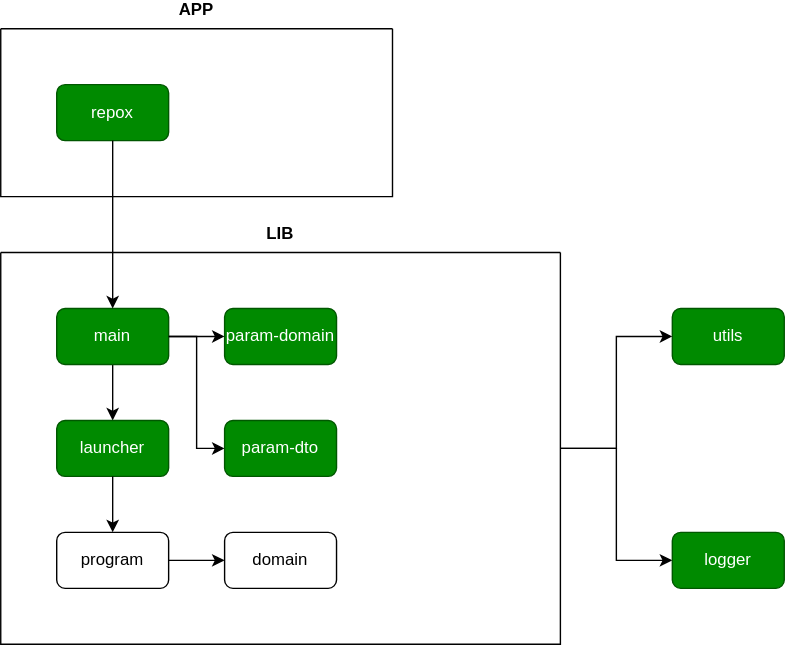
Before: docs/dependency.svg, a diagram exported from draw.io (jaqba98/repox). Source tidied: cells renumbered, new cells last; positions are measured from the earlier drawing's top-left corner, leaving out a move shared by most shapes.
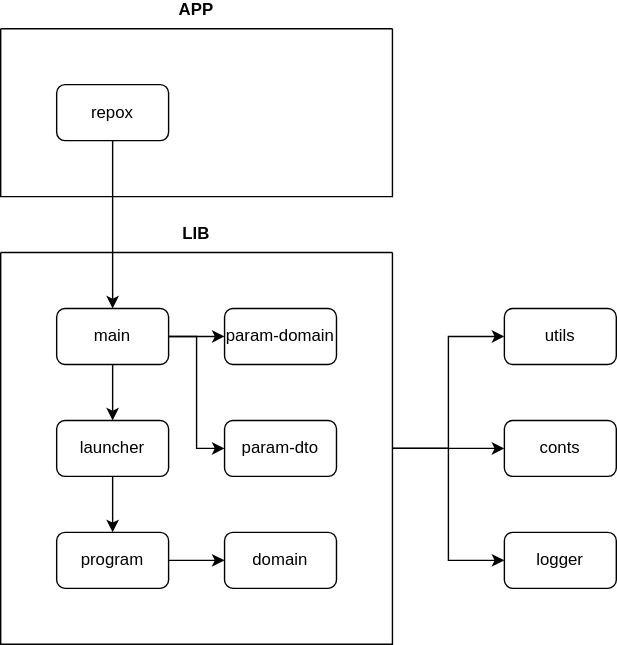
Above is the later version.

Change to the diagram source:
```diff
@@ -2,8 +2,8 @@
   <root>
     <mxCell id="0" />
     <mxCell id="1" parent="0" />
-    <mxCell id="2" value="utils" style="rounded=1;whiteSpace=wrap;html=1;fillColor=#008a00;fontColor=#ffffff;strokeColor=#005700;" parent="1" vertex="1">
-      <mxGeometry x="480" y="200" width="80" height="40" as="geometry" />
+    <mxCell id="2" value="utils" style="rounded=1;whiteSpace=wrap;html=1;" parent="1" vertex="1">
+      <mxGeometry x="360" y="200" width="80" height="40" as="geometry" />
     </mxCell>
     <mxCell id="3" style="edgeStyle=orthogonalEdgeStyle;rounded=0;jettySize=auto;html=1;entryX=0;entryY=0.5;entryDx=0;entryDy=0;" parent="1" edge="1" source="5" target="2">
       <mxGeometry relative="1" as="geometry" />
@@ -11,8 +11,11 @@
     <mxCell id="4" style="edgeStyle=orthogonalEdgeStyle;rounded=0;jettySize=auto;html=1;entryX=0;entryY=0.5;entryDx=0;entryDy=0;" parent="1" edge="1" source="5" target="17">
       <mxGeometry relative="1" as="geometry" />
     </mxCell>
+    <mxCell id="21" style="edgeStyle=orthogonalEdgeStyle;rounded=0;jettySize=auto;html=1;entryX=0;entryY=0.5;entryDx=0;entryDy=0;" parent="1" edge="1" source="5" target="22">
+      <mxGeometry relative="1" as="geometry" />
+    </mxCell>
     <mxCell id="5" value="LIB&#10;&#10;" style="swimlane;startSize=0;" parent="1" vertex="1">
-      <mxGeometry y="160" width="400" height="280" as="geometry" />
+      <mxGeometry y="160" width="280" height="280" as="geometry" />
     </mxCell>
     <mxCell id="6" style="edgeStyle=orthogonalEdgeStyle;rounded=0;jettySize=auto;html=1;" parent="5" edge="1" source="8" target="11">
       <mxGeometry relative="1" as="geometry" />
@@ -20,16 +23,16 @@
     <mxCell id="7" style="edgeStyle=orthogonalEdgeStyle;rounded=0;jettySize=auto;html=1;entryX=0;entryY=0.5;entryDx=0;entryDy=0;" parent="5" edge="1" source="8" target="16">
       <mxGeometry relative="1" as="geometry" />
     </mxCell>
-    <mxCell id="8" value="main" style="rounded=1;whiteSpace=wrap;html=1;fillColor=#008a00;fontColor=#ffffff;strokeColor=#005700;" parent="5" vertex="1">
+    <mxCell id="8" value="main" style="rounded=1;whiteSpace=wrap;html=1;" parent="5" vertex="1">
       <mxGeometry x="40" y="40" width="80" height="40" as="geometry" />
     </mxCell>
-    <mxCell id="9" value="param-domain" style="rounded=1;whiteSpace=wrap;html=1;fillColor=#008a00;fontColor=#ffffff;strokeColor=#005700;" parent="5" vertex="1">
+    <mxCell id="9" value="param-domain" style="rounded=1;whiteSpace=wrap;html=1;" parent="5" vertex="1">
       <mxGeometry x="160" y="40" width="80" height="40" as="geometry" />
     </mxCell>
     <mxCell id="10" style="edgeStyle=orthogonalEdgeStyle;rounded=0;jettySize=auto;html=1;entryX=0;entryY=0.5;entryDx=0;entryDy=0;" parent="5" edge="1" source="8" target="9">
       <mxGeometry relative="1" as="geometry" />
     </mxCell>
-    <mxCell id="11" value="launcher" style="rounded=1;whiteSpace=wrap;html=1;fillColor=#008a00;fontColor=#ffffff;strokeColor=#005700;" parent="5" vertex="1">
+    <mxCell id="11" value="launcher" style="rounded=1;whiteSpace=wrap;html=1;" parent="5" vertex="1">
       <mxGeometry x="40" y="120" width="80" height="40" as="geometry" />
     </mxCell>
     <mxCell id="12" value="program" style="rounded=1;whiteSpace=wrap;html=1;" parent="5" vertex="1">
@@ -44,20 +47,23 @@
     <mxCell id="15" style="edgeStyle=orthogonalEdgeStyle;rounded=0;jettySize=auto;html=1;" parent="5" edge="1" source="12" target="14">
       <mxGeometry relative="1" as="geometry" />
     </mxCell>
-    <mxCell id="16" value="param-dto" style="rounded=1;whiteSpace=wrap;html=1;fillColor=#008a00;fontColor=#ffffff;strokeColor=#005700;" parent="5" vertex="1">
+    <mxCell id="16" value="param-dto" style="rounded=1;whiteSpace=wrap;html=1;" parent="5" vertex="1">
       <mxGeometry x="160" y="120" width="80" height="40" as="geometry" />
     </mxCell>
-    <mxCell id="17" value="logger" style="rounded=1;whiteSpace=wrap;html=1;sketch=0;shadow=0;fillColor=#008a00;fontColor=#ffffff;strokeColor=#005700;" parent="1" vertex="1">
-      <mxGeometry x="480" y="360" width="80" height="40" as="geometry" />
+    <mxCell id="17" value="logger" style="rounded=1;whiteSpace=wrap;html=1;sketch=0;shadow=0;" parent="1" vertex="1">
+      <mxGeometry x="360" y="360" width="80" height="40" as="geometry" />
     </mxCell>
     <mxCell id="18" value="APP&#10;&#10;" style="swimlane;startSize=0;" parent="1" vertex="1">
       <mxGeometry width="280" height="120" as="geometry" />
     </mxCell>
-    <mxCell id="19" value="repox" style="rounded=1;whiteSpace=wrap;html=1;fillColor=#008a00;fontColor=#ffffff;strokeColor=#005700;" parent="18" vertex="1">
+    <mxCell id="19" value="repox" style="rounded=1;whiteSpace=wrap;html=1;" parent="18" vertex="1">
       <mxGeometry x="40" y="40" width="80" height="40" as="geometry" />
     </mxCell>
     <mxCell id="20" style="edgeStyle=orthogonalEdgeStyle;rounded=0;jettySize=auto;html=1;" parent="1" edge="1" source="19" target="8">
       <mxGeometry relative="1" as="geometry" />
     </mxCell>
+    <mxCell id="22" value="conts" style="rounded=1;whiteSpace=wrap;html=1;" parent="1" vertex="1">
+      <mxGeometry x="360" y="280" width="80" height="40" as="geometry" />
+    </mxCell>
   </root>
 </mxGraphModel>
```
